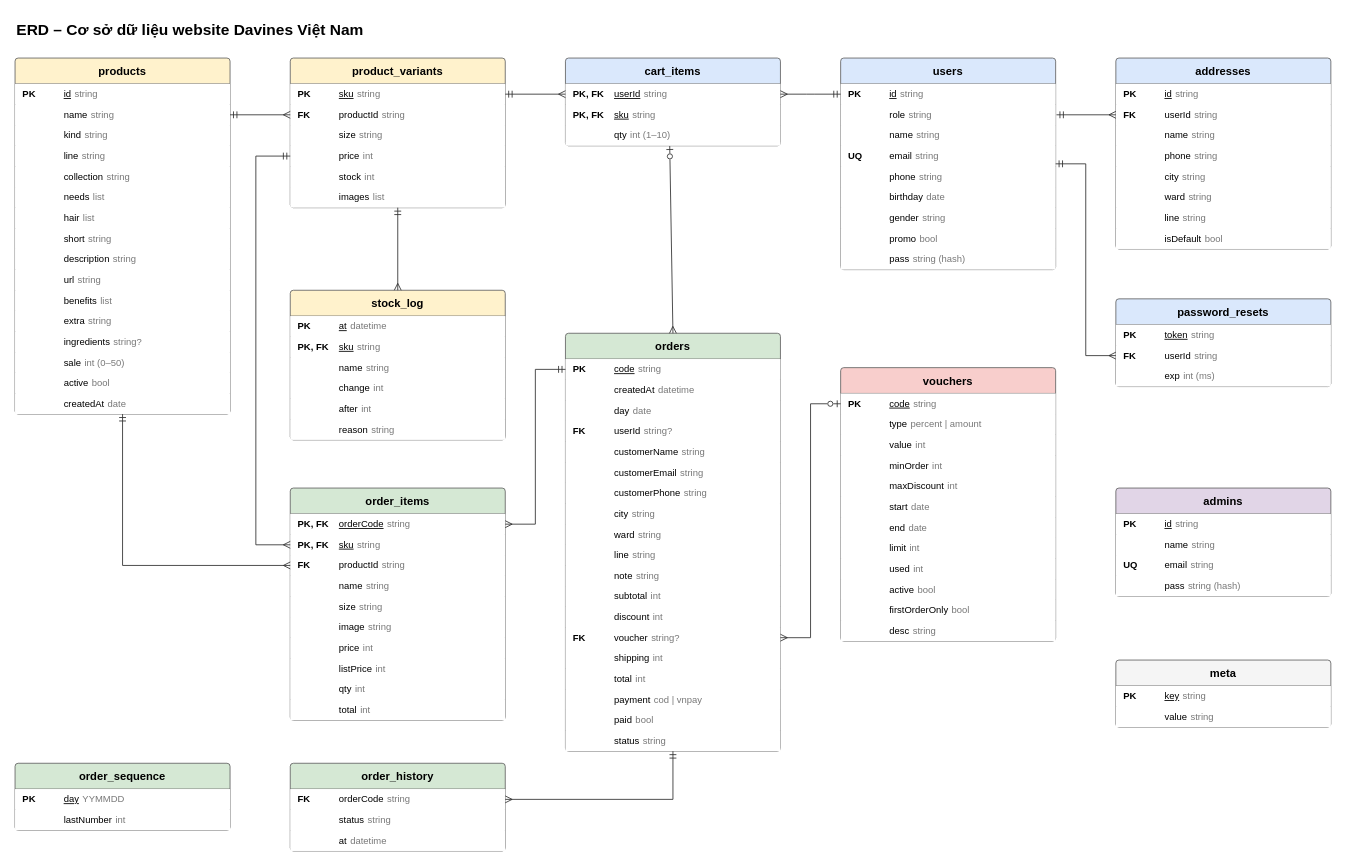
The draw.io diagram tai-lieu/ERD_Davines.drawio in toantvk24416-wq/DoAnWebKD, before the edit. Source tidied: cells renumbered, new cells numbered last; positions are measured from the earlier drawing's top-left corner, leaving out a move shared by most shapes. Both pictures are drawn from the tidied source at 86%, with x=0, y=0 at pixel (15, 15).
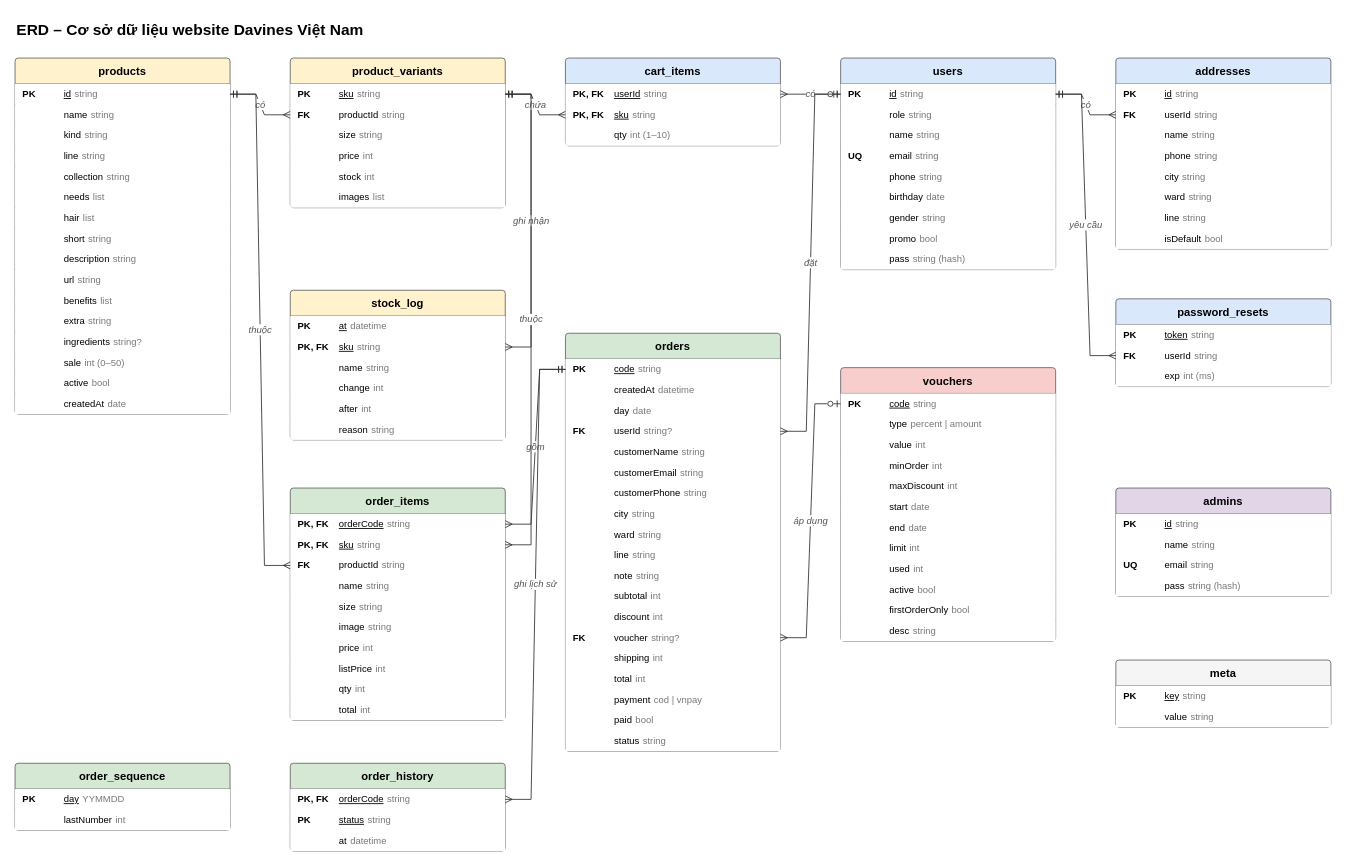
The same diagram, later.

Commit message:
Sửa ERD: nối lại đúng 12 quan hệ, thêm tên quan hệ và khóa chính order_history

The change refers to these unchanged cells:
```xml
<mxCell id="3" value="products" style="swimlane;fontStyle=1;horizontal=1;startSize=30;fillColor=#fff2cc;strokeColor=#666666;fontSize=13;rounded=1;arcSize=4;" parent="1" vertex="1">
  <mxGeometry y="50" width="250" height="414" as="geometry" />
</mxCell>
<mxCell id="4" value="&lt;table width=&quot;100%&quot; style=&quot;font-size:11px&quot;&gt;&lt;tr&gt;&lt;td width=&quot;44&quot;&gt;&lt;b&gt;PK&lt;/b&gt;&lt;/td&gt;&lt;td&gt;&lt;u&gt;id&lt;/u&gt;&lt;/td&gt;&lt;td align=&quot;right&quot; style=&quot;color:#777&quot;&gt;string&lt;/td&gt;&lt;/tr&gt;&lt;/table&gt;" style="text;html=1;strokeColor=none;fillColor=#ffffff;align=left;verticalAlign=middle;spacingLeft=4;spacingRight=6;overflow=hidden;points=[[0,0.5],[1,0.5]];portConstraint=eastwest;" parent="3" vertex="1">
  <mxGeometry y="30" width="250" height="24" as="geometry" />
</mxCell>
<mxCell id="5" value="&lt;table width=&quot;100%&quot; style=&quot;font-size:11px&quot;&gt;&lt;tr&gt;&lt;td width=&quot;44&quot;&gt;&lt;/td&gt;&lt;td&gt;name&lt;/td&gt;&lt;td align=&quot;right&quot; style=&quot;color:#777&quot;&gt;string&lt;/td&gt;&lt;/tr&gt;&lt;/table&gt;" style="text;html=1;strokeColor=none;fillColor=#ffffff;align=left;verticalAlign=middle;spacingLeft=4;spacingRight=6;overflow=hidden;points=[[0,0.5],[1,0.5]];portConstraint=eastwest;" parent="3" vertex="1">
  <mxGeometry y="54" width="250" height="24" as="geometry" />
</mxCell>
<mxCell id="20" value="product_variants" style="swimlane;fontStyle=1;horizontal=1;startSize=30;fillColor=#fff2cc;strokeColor=#666666;fontSize=13;rounded=1;arcSize=4;" parent="1" vertex="1">
  <mxGeometry x="320" y="50" width="250" height="174" as="geometry" />
</mxCell>
<mxCell id="21" value="&lt;table width=&quot;100%&quot; style=&quot;font-size:11px&quot;&gt;&lt;tr&gt;&lt;td width=&quot;44&quot;&gt;&lt;b&gt;PK&lt;/b&gt;&lt;/td&gt;&lt;td&gt;&lt;u&gt;sku&lt;/u&gt;&lt;/td&gt;&lt;td align=&quot;right&quot; style=&quot;color:#777&quot;&gt;string&lt;/td&gt;&lt;/tr&gt;&lt;/table&gt;" style="text;html=1;strokeColor=none;fillColor=#ffffff;align=left;verticalAlign=middle;spacingLeft=4;spacingRight=6;overflow=hidden;points=[[0,0.5],[1,0.5]];portConstraint=eastwest;" parent="20" vertex="1">
  <mxGeometry y="30" width="250" height="24" as="geometry" />
</mxCell>
<mxCell id="22" value="&lt;table width=&quot;100%&quot; style=&quot;font-size:11px&quot;&gt;&lt;tr&gt;&lt;td width=&quot;44&quot;&gt;&lt;b&gt;FK&lt;/b&gt;&lt;/td&gt;&lt;td&gt;productId&lt;/td&gt;&lt;td align=&quot;right&quot; style=&quot;color:#777&quot;&gt;string&lt;/td&gt;&lt;/tr&gt;&lt;/table&gt;" style="text;html=1;strokeColor=none;fillColor=#ffffff;align=left;verticalAlign=middle;spacingLeft=4;spacingRight=6;overflow=hidden;points=[[0,0.5],[1,0.5]];portConstraint=eastwest;" parent="20" vertex="1">
  <mxGeometry y="54" width="250" height="24" as="geometry" />
</mxCell>
<mxCell id="24" value="&lt;table width=&quot;100%&quot; style=&quot;font-size:11px&quot;&gt;&lt;tr&gt;&lt;td width=&quot;44&quot;&gt;&lt;/td&gt;&lt;td&gt;price&lt;/td&gt;&lt;td align=&quot;right&quot; style=&quot;color:#777&quot;&gt;int&lt;/td&gt;&lt;/tr&gt;&lt;/table&gt;" style="text;html=1;strokeColor=none;fillColor=#ffffff;align=left;verticalAlign=middle;spacingLeft=4;spacingRight=6;overflow=hidden;points=[[0,0.5],[1,0.5]];portConstraint=eastwest;" parent="20" vertex="1">
  <mxGeometry y="102" width="250" height="24" as="geometry" />
</mxCell>
<mxCell id="27" value="stock_log" style="swimlane;fontStyle=1;horizontal=1;startSize=30;fillColor=#fff2cc;strokeColor=#666666;fontSize=13;rounded=1;arcSize=4;" parent="1" vertex="1">
  <mxGeometry x="320" y="320" width="250" height="174" as="geometry" />
</mxCell>
<mxCell id="29" value="&lt;table width=&quot;100%&quot; style=&quot;font-size:11px&quot;&gt;&lt;tr&gt;&lt;td width=&quot;44&quot;&gt;&lt;b&gt;PK, FK&lt;/b&gt;&lt;/td&gt;&lt;td&gt;&lt;u&gt;sku&lt;/u&gt;&lt;/td&gt;&lt;td align=&quot;right&quot; style=&quot;color:#777&quot;&gt;string&lt;/td&gt;&lt;/tr&gt;&lt;/table&gt;" style="text;html=1;strokeColor=none;fillColor=#ffffff;align=left;verticalAlign=middle;spacingLeft=4;spacingRight=6;overflow=hidden;points=[[0,0.5],[1,0.5]];portConstraint=eastwest;" parent="27" vertex="1">
  <mxGeometry y="54" width="250" height="24" as="geometry" />
</mxCell>
<mxCell id="35" value="&lt;table width=&quot;100%&quot; style=&quot;font-size:11px&quot;&gt;&lt;tr&gt;&lt;td width=&quot;44&quot;&gt;&lt;b&gt;PK, FK&lt;/b&gt;&lt;/td&gt;&lt;td&gt;&lt;u&gt;userId&lt;/u&gt;&lt;/td&gt;&lt;td align=&quot;right&quot; style=&quot;color:#777&quot;&gt;string&lt;/td&gt;&lt;/tr&gt;&lt;/table&gt;" style="text;html=1;strokeColor=none;fillColor=#ffffff;align=left;verticalAlign=middle;spacingLeft=4;spacingRight=6;overflow=hidden;points=[[0,0.5],[1,0.5]];portConstraint=eastwest;" parent="34" vertex="1">
  <mxGeometry y="30" width="250" height="24" as="geometry" />
</mxCell>
<mxCell id="36" value="&lt;table width=&quot;100%&quot; style=&quot;font-size:11px&quot;&gt;&lt;tr&gt;&lt;td width=&quot;44&quot;&gt;&lt;b&gt;PK, FK&lt;/b&gt;&lt;/td&gt;&lt;td&gt;&lt;u&gt;sku&lt;/u&gt;&lt;/td&gt;&lt;td align=&quot;right&quot; style=&quot;color:#777&quot;&gt;string&lt;/td&gt;&lt;/tr&gt;&lt;/table&gt;" style="text;html=1;strokeColor=none;fillColor=#ffffff;align=left;verticalAlign=middle;spacingLeft=4;spacingRight=6;overflow=hidden;points=[[0,0.5],[1,0.5]];portConstraint=eastwest;" parent="34" vertex="1">
  <mxGeometry y="54" width="250" height="24" as="geometry" />
</mxCell>
<mxCell id="37" value="&lt;table width=&quot;100%&quot; style=&quot;font-size:11px&quot;&gt;&lt;tr&gt;&lt;td width=&quot;44&quot;&gt;&lt;/td&gt;&lt;td&gt;qty&lt;/td&gt;&lt;td align=&quot;right&quot; style=&quot;color:#777&quot;&gt;int (1–10)&lt;/td&gt;&lt;/tr&gt;&lt;/table&gt;" style="text;html=1;strokeColor=none;fillColor=#ffffff;align=left;verticalAlign=middle;spacingLeft=4;spacingRight=6;overflow=hidden;points=[[0,0.5],[1,0.5]];portConstraint=eastwest;" parent="34" vertex="1">
  <mxGeometry y="78" width="250" height="24" as="geometry" />
</mxCell>
<mxCell id="38" value="users" style="swimlane;fontStyle=1;horizontal=1;startSize=30;fillColor=#dae8fc;strokeColor=#666666;fontSize=13;rounded=1;arcSize=4;" parent="1" vertex="1">
  <mxGeometry x="960" y="50" width="250" height="246" as="geometry" />
</mxCell>
<mxCell id="39" value="&lt;table width=&quot;100%&quot; style=&quot;font-size:11px&quot;&gt;&lt;tr&gt;&lt;td width=&quot;44&quot;&gt;&lt;b&gt;PK&lt;/b&gt;&lt;/td&gt;&lt;td&gt;&lt;u&gt;id&lt;/u&gt;&lt;/td&gt;&lt;td align=&quot;right&quot; style=&quot;color:#777&quot;&gt;string&lt;/td&gt;&lt;/tr&gt;&lt;/table&gt;" style="text;html=1;strokeColor=none;fillColor=#ffffff;align=left;verticalAlign=middle;spacingLeft=4;spacingRight=6;overflow=hidden;points=[[0,0.5],[1,0.5]];portConstraint=eastwest;" parent="38" vertex="1">
  <mxGeometry y="30" width="250" height="24" as="geometry" />
</mxCell>
<mxCell id="50" value="&lt;table width=&quot;100%&quot; style=&quot;font-size:11px&quot;&gt;&lt;tr&gt;&lt;td width=&quot;44&quot;&gt;&lt;b&gt;FK&lt;/b&gt;&lt;/td&gt;&lt;td&gt;userId&lt;/td&gt;&lt;td align=&quot;right&quot; style=&quot;color:#777&quot;&gt;string&lt;/td&gt;&lt;/tr&gt;&lt;/table&gt;" style="text;html=1;strokeColor=none;fillColor=#ffffff;align=left;verticalAlign=middle;spacingLeft=4;spacingRight=6;overflow=hidden;points=[[0,0.5],[1,0.5]];portConstraint=eastwest;" parent="48" vertex="1">
  <mxGeometry y="54" width="250" height="24" as="geometry" />
</mxCell>
<mxCell id="59" value="&lt;table width=&quot;100%&quot; style=&quot;font-size:11px&quot;&gt;&lt;tr&gt;&lt;td width=&quot;44&quot;&gt;&lt;b&gt;FK&lt;/b&gt;&lt;/td&gt;&lt;td&gt;userId&lt;/td&gt;&lt;td align=&quot;right&quot; style=&quot;color:#777&quot;&gt;string&lt;/td&gt;&lt;/tr&gt;&lt;/table&gt;" style="text;html=1;strokeColor=none;fillColor=#ffffff;align=left;verticalAlign=middle;spacingLeft=4;spacingRight=6;overflow=hidden;points=[[0,0.5],[1,0.5]];portConstraint=eastwest;" parent="57" vertex="1">
  <mxGeometry y="54" width="250" height="24" as="geometry" />
</mxCell>
<mxCell id="62" value="&lt;table width=&quot;100%&quot; style=&quot;font-size:11px&quot;&gt;&lt;tr&gt;&lt;td width=&quot;44&quot;&gt;&lt;b&gt;PK, FK&lt;/b&gt;&lt;/td&gt;&lt;td&gt;&lt;u&gt;orderCode&lt;/u&gt;&lt;/td&gt;&lt;td align=&quot;right&quot; style=&quot;color:#777&quot;&gt;string&lt;/td&gt;&lt;/tr&gt;&lt;/table&gt;" style="text;html=1;strokeColor=none;fillColor=#ffffff;align=left;verticalAlign=middle;spacingLeft=4;spacingRight=6;overflow=hidden;points=[[0,0.5],[1,0.5]];portConstraint=eastwest;" parent="61" vertex="1">
  <mxGeometry y="30" width="250" height="24" as="geometry" />
</mxCell>
<mxCell id="63" value="&lt;table width=&quot;100%&quot; style=&quot;font-size:11px&quot;&gt;&lt;tr&gt;&lt;td width=&quot;44&quot;&gt;&lt;b&gt;PK, FK&lt;/b&gt;&lt;/td&gt;&lt;td&gt;&lt;u&gt;sku&lt;/u&gt;&lt;/td&gt;&lt;td align=&quot;right&quot; style=&quot;color:#777&quot;&gt;string&lt;/td&gt;&lt;/tr&gt;&lt;/table&gt;" style="text;html=1;strokeColor=none;fillColor=#ffffff;align=left;verticalAlign=middle;spacingLeft=4;spacingRight=6;overflow=hidden;points=[[0,0.5],[1,0.5]];portConstraint=eastwest;" parent="61" vertex="1">
  <mxGeometry y="54" width="250" height="24" as="geometry" />
</mxCell>
<mxCell id="64" value="&lt;table width=&quot;100%&quot; style=&quot;font-size:11px&quot;&gt;&lt;tr&gt;&lt;td width=&quot;44&quot;&gt;&lt;b&gt;FK&lt;/b&gt;&lt;/td&gt;&lt;td&gt;productId&lt;/td&gt;&lt;td align=&quot;right&quot; style=&quot;color:#777&quot;&gt;string&lt;/td&gt;&lt;/tr&gt;&lt;/table&gt;" style="text;html=1;strokeColor=none;fillColor=#ffffff;align=left;verticalAlign=middle;spacingLeft=4;spacingRight=6;overflow=hidden;points=[[0,0.5],[1,0.5]];portConstraint=eastwest;" parent="61" vertex="1">
  <mxGeometry y="78" width="250" height="24" as="geometry" />
</mxCell>
<mxCell id="72" value="orders" style="swimlane;fontStyle=1;horizontal=1;startSize=30;fillColor=#d5e8d4;strokeColor=#666666;fontSize=13;rounded=1;arcSize=4;" parent="1" vertex="1">
  <mxGeometry x="640" y="370" width="250" height="486" as="geometry" />
</mxCell>
<mxCell id="73" value="&lt;table width=&quot;100%&quot; style=&quot;font-size:11px&quot;&gt;&lt;tr&gt;&lt;td width=&quot;44&quot;&gt;&lt;b&gt;PK&lt;/b&gt;&lt;/td&gt;&lt;td&gt;&lt;u&gt;code&lt;/u&gt;&lt;/td&gt;&lt;td align=&quot;right&quot; style=&quot;color:#777&quot;&gt;string&lt;/td&gt;&lt;/tr&gt;&lt;/table&gt;" style="text;html=1;strokeColor=none;fillColor=#ffffff;align=left;verticalAlign=middle;spacingLeft=4;spacingRight=6;overflow=hidden;points=[[0,0.5],[1,0.5]];portConstraint=eastwest;" parent="72" vertex="1">
  <mxGeometry y="30" width="250" height="24" as="geometry" />
</mxCell>
<mxCell id="76" value="&lt;table width=&quot;100%&quot; style=&quot;font-size:11px&quot;&gt;&lt;tr&gt;&lt;td width=&quot;44&quot;&gt;&lt;b&gt;FK&lt;/b&gt;&lt;/td&gt;&lt;td&gt;userId&lt;/td&gt;&lt;td align=&quot;right&quot; style=&quot;color:#777&quot;&gt;string?&lt;/td&gt;&lt;/tr&gt;&lt;/table&gt;" style="text;html=1;strokeColor=none;fillColor=#ffffff;align=left;verticalAlign=middle;spacingLeft=4;spacingRight=6;overflow=hidden;points=[[0,0.5],[1,0.5]];portConstraint=eastwest;" parent="72" vertex="1">
  <mxGeometry y="102" width="250" height="24" as="geometry" />
</mxCell>
<mxCell id="86" value="&lt;table width=&quot;100%&quot; style=&quot;font-size:11px&quot;&gt;&lt;tr&gt;&lt;td width=&quot;44&quot;&gt;&lt;b&gt;FK&lt;/b&gt;&lt;/td&gt;&lt;td&gt;voucher&lt;/td&gt;&lt;td align=&quot;right&quot; style=&quot;color:#777&quot;&gt;string?&lt;/td&gt;&lt;/tr&gt;&lt;/table&gt;" style="text;html=1;strokeColor=none;fillColor=#ffffff;align=left;verticalAlign=middle;spacingLeft=4;spacingRight=6;overflow=hidden;points=[[0,0.5],[1,0.5]];portConstraint=eastwest;" parent="72" vertex="1">
  <mxGeometry y="342" width="250" height="24" as="geometry" />
</mxCell>
<mxCell id="92" value="order_history" style="swimlane;fontStyle=1;horizontal=1;startSize=30;fillColor=#d5e8d4;strokeColor=#666666;fontSize=13;rounded=1;arcSize=4;" parent="1" vertex="1">
  <mxGeometry x="320" y="870" width="250" height="102" as="geometry" />
</mxCell>
<mxCell id="100" value="&lt;table width=&quot;100%&quot; style=&quot;font-size:11px&quot;&gt;&lt;tr&gt;&lt;td width=&quot;44&quot;&gt;&lt;b&gt;PK&lt;/b&gt;&lt;/td&gt;&lt;td&gt;&lt;u&gt;code&lt;/u&gt;&lt;/td&gt;&lt;td align=&quot;right&quot; style=&quot;color:#777&quot;&gt;string&lt;/td&gt;&lt;/tr&gt;&lt;/table&gt;" style="text;html=1;strokeColor=none;fillColor=#ffffff;align=left;verticalAlign=middle;spacingLeft=4;spacingRight=6;overflow=hidden;points=[[0,0.5],[1,0.5]];portConstraint=eastwest;" parent="99" vertex="1">
  <mxGeometry y="30" width="250" height="24" as="geometry" />
</mxCell>
```

Diff of the diagram source:
```diff
@@
-    <mxCell id="93" value="&lt;table width=&quot;100%&quot; style=&quot;font-size:11px&quot;&gt;&lt;tr&gt;&lt;td width=&quot;44&quot;&gt;&lt;b&gt;FK&lt;/b&gt;&lt;/td&gt;&lt;td&gt;orderCode&lt;/td&gt;&lt;td align=&quot;right&quot; style=&quot;color:#777&quot;&gt;string&lt;/td&gt;&lt;/tr&gt;&lt;/table&gt;" style="text;html=1;strokeColor=none;fillColor=#ffffff;align=left;verticalAlign=middle;spacingLeft=4;spacingRight=6;overflow=hidden;points=[[0,0.5],[1,0.5]];portConstraint=eastwest;" parent="92" vertex="1">
+    <mxCell id="93" value="&lt;table width=&quot;100%&quot; style=&quot;font-size:11px&quot;&gt;&lt;tr&gt;&lt;td width=&quot;44&quot;&gt;&lt;b&gt;PK, FK&lt;/b&gt;&lt;/td&gt;&lt;td&gt;&lt;u&gt;orderCode&lt;/u&gt;&lt;/td&gt;&lt;td align=&quot;right&quot; style=&quot;color:#777&quot;&gt;string&lt;/td&gt;&lt;/tr&gt;&lt;/table&gt;" style="text;html=1;strokeColor=none;fillColor=#ffffff;align=left;verticalAlign=middle;spacingLeft=4;spacingRight=6;overflow=hidden;points=[[0,0.5],[1,0.5]];portConstraint=eastwest;" parent="92" vertex="1">
       <mxGeometry y="30" width="250" height="24" as="geometry" />
     </mxCell>
-    <mxCell id="94" value="&lt;table width=&quot;100%&quot; style=&quot;font-size:11px&quot;&gt;&lt;tr&gt;&lt;td width=&quot;44&quot;&gt;&lt;/td&gt;&lt;td&gt;status&lt;/td&gt;&lt;td align=&quot;right&quot; style=&quot;color:#777&quot;&gt;string&lt;/td&gt;&lt;/tr&gt;&lt;/table&gt;" style="text;html=1;strokeColor=none;fillColor=#ffffff;align=left;verticalAlign=middle;spacingLeft=4;spacingRight=6;overflow=hidden;" parent="92" vertex="1">
+    <mxCell id="94" value="&lt;table width=&quot;100%&quot; style=&quot;font-size:11px&quot;&gt;&lt;tr&gt;&lt;td width=&quot;44&quot;&gt;&lt;b&gt;PK&lt;/b&gt;&lt;/td&gt;&lt;td&gt;&lt;u&gt;status&lt;/u&gt;&lt;/td&gt;&lt;td align=&quot;right&quot; style=&quot;color:#777&quot;&gt;string&lt;/td&gt;&lt;/tr&gt;&lt;/table&gt;" style="text;html=1;strokeColor=none;fillColor=#ffffff;align=left;verticalAlign=middle;spacingLeft=4;spacingRight=6;overflow=hidden;" parent="92" vertex="1">
       <mxGeometry y="54" width="250" height="24" as="geometry" />
     </mxCell>
@@
-    <mxCell id="120" style="fontSize=11;html=1;endArrow=ERmandOne;startArrow=ERmany;endFill=0;startFill=0;strokeColor=#333333;rounded=0;entryX=1;entryY=0.5;entryDx=0;entryDy=0;" parent="1" edge="1" source="22" target="5">
+    <mxCell id="120" value="có" style="edgeStyle=entityRelationEdgeStyle;fontSize=11;html=1;endArrow=ERmandOne;startArrow=ERmany;endFill=0;startFill=0;strokeColor=#333333;rounded=0;labelBackgroundColor=#ffffff;fontStyle=2;fontColor=#555555;" parent="1" edge="1" source="22" target="4">
       <mxGeometry relative="1" as="geometry" />
     </mxCell>
-    <mxCell id="121" style="edgeStyle=orthogonalEdgeStyle;fontSize=11;html=1;endArrow=ERmandOne;startArrow=ERmany;endFill=0;startFill=0;strokeColor=#333333;rounded=0;entryX=0.5;entryY=1;entryDx=0;entryDy=0;exitX=0.5;exitY=0;exitDx=0;exitDy=0;" parent="1" edge="1" source="27" target="20">
+    <mxCell id="121" value="ghi nhận" style="edgeStyle=entityRelationEdgeStyle;fontSize=11;html=1;endArrow=ERmandOne;startArrow=ERmany;endFill=0;startFill=0;strokeColor=#333333;rounded=0;labelBackgroundColor=#ffffff;fontStyle=2;fontColor=#555555;" parent="1" edge="1" source="29" target="21">
       <mxGeometry relative="1" as="geometry" />
     </mxCell>
-    <mxCell id="122" style="fontSize=11;html=1;endArrow=ERmandOne;startArrow=ERmany;endFill=0;startFill=0;strokeColor=#333333;rounded=0;exitX=0;exitY=0.5;exitDx=0;exitDy=0;" parent="1" edge="1" source="35" target="21">
+    <mxCell id="122" value="chứa" style="edgeStyle=entityRelationEdgeStyle;fontSize=11;html=1;endArrow=ERmandOne;startArrow=ERmany;endFill=0;startFill=0;strokeColor=#333333;rounded=0;labelBackgroundColor=#ffffff;fontStyle=2;fontColor=#555555;" parent="1" edge="1" source="36" target="21">
       <mxGeometry relative="1" as="geometry" />
     </mxCell>
-    <mxCell id="123" style="edgeStyle=entityRelationEdgeStyle;fontSize=11;html=1;endArrow=ERmandOne;startArrow=ERmany;endFill=0;startFill=0;strokeColor=#333333;rounded=0;" parent="1" edge="1" source="35" target="39">
+    <mxCell id="123" value="có" style="edgeStyle=entityRelationEdgeStyle;fontSize=11;html=1;endArrow=ERmandOne;startArrow=ERmany;endFill=0;startFill=0;strokeColor=#333333;rounded=0;labelBackgroundColor=#ffffff;fontStyle=2;fontColor=#555555;" parent="1" edge="1" source="35" target="39">
       <mxGeometry relative="1" as="geometry" />
     </mxCell>
-    <mxCell id="124" style="fontSize=11;html=1;endArrow=ERmandOne;startArrow=ERmany;endFill=0;startFill=0;strokeColor=#333333;rounded=0;" parent="1" edge="1" source="50">
-      <mxGeometry relative="1" as="geometry">
-        <mxPoint x="1211" y="116" as="targetPoint" />
-      </mxGeometry>
+    <mxCell id="124" value="có" style="edgeStyle=entityRelationEdgeStyle;fontSize=11;html=1;endArrow=ERmandOne;startArrow=ERmany;endFill=0;startFill=0;strokeColor=#333333;rounded=0;labelBackgroundColor=#ffffff;fontStyle=2;fontColor=#555555;" parent="1" edge="1" source="50" target="39">
+      <mxGeometry relative="1" as="geometry" />
     </mxCell>
-    <mxCell id="125" style="edgeStyle=orthogonalEdgeStyle;fontSize=11;html=1;endArrow=ERmandOne;startArrow=ERmany;endFill=0;startFill=0;strokeColor=#333333;rounded=0;entryX=1;entryY=0.5;entryDx=0;entryDy=0;" parent="1" edge="1" source="59" target="38">
+    <mxCell id="125" value="yêu cầu" style="edgeStyle=entityRelationEdgeStyle;fontSize=11;html=1;endArrow=ERmandOne;startArrow=ERmany;endFill=0;startFill=0;strokeColor=#333333;rounded=0;labelBackgroundColor=#ffffff;fontStyle=2;fontColor=#555555;" parent="1" edge="1" source="59" target="39">
       <mxGeometry relative="1" as="geometry" />
     </mxCell>
-    <mxCell id="126" style="edgeStyle=orthogonalEdgeStyle;fontSize=11;html=1;endArrow=ERmandOne;startArrow=ERmany;endFill=0;startFill=0;strokeColor=#333333;rounded=0;" parent="1" edge="1" source="62" target="73">
+    <mxCell id="126" value="gồm" style="edgeStyle=entityRelationEdgeStyle;fontSize=11;html=1;endArrow=ERmandOne;startArrow=ERmany;endFill=0;startFill=0;strokeColor=#333333;rounded=0;labelBackgroundColor=#ffffff;fontStyle=2;fontColor=#555555;" parent="1" edge="1" source="62" target="73">
       <mxGeometry relative="1" as="geometry" />
     </mxCell>
-    <mxCell id="127" style="edgeStyle=orthogonalEdgeStyle;fontSize=11;html=1;endArrow=ERmandOne;startArrow=ERmany;endFill=0;startFill=0;strokeColor=#333333;rounded=0;entryX=0;entryY=0.5;entryDx=0;entryDy=0;" parent="1" edge="1" source="63" target="24">
-      <mxGeometry relative="1" as="geometry">
-        <Array as="points">
-          <mxPoint x="280" y="616" />
-          <mxPoint x="280" y="164" />
-        </Array>
-      </mxGeometry>
+    <mxCell id="127" value="thuộc" style="edgeStyle=entityRelationEdgeStyle;fontSize=11;html=1;endArrow=ERmandOne;startArrow=ERmany;endFill=0;startFill=0;strokeColor=#333333;rounded=0;labelBackgroundColor=#ffffff;fontStyle=2;fontColor=#555555;" parent="1" edge="1" source="63" target="21">
+      <mxGeometry relative="1" as="geometry" />
     </mxCell>
-    <mxCell id="128" style="edgeStyle=orthogonalEdgeStyle;fontSize=11;html=1;endArrow=ERmandOne;startArrow=ERmany;endFill=0;startFill=0;strokeColor=#333333;rounded=0;entryX=0.5;entryY=1;entryDx=0;entryDy=0;" parent="1" edge="1" source="64" target="3">
+    <mxCell id="128" value="thuộc" style="edgeStyle=entityRelationEdgeStyle;fontSize=11;html=1;endArrow=ERmandOne;startArrow=ERmany;endFill=0;startFill=0;strokeColor=#333333;rounded=0;labelBackgroundColor=#ffffff;fontStyle=2;fontColor=#555555;" parent="1" edge="1" source="64" target="4">
       <mxGeometry relative="1" as="geometry" />
     </mxCell>
-    <mxCell id="129" style="edgeStyle=orthogonalEdgeStyle;fontSize=11;html=1;endArrow=ERmandOne;startArrow=ERmany;endFill=0;startFill=0;strokeColor=#333333;rounded=0;entryX=0.5;entryY=1;entryDx=0;entryDy=0;" parent="1" edge="1" source="93" target="72">
+    <mxCell id="129" value="ghi lịch sử" style="edgeStyle=entityRelationEdgeStyle;fontSize=11;html=1;endArrow=ERmandOne;startArrow=ERmany;endFill=0;startFill=0;strokeColor=#333333;rounded=0;labelBackgroundColor=#ffffff;fontStyle=2;fontColor=#555555;" parent="1" edge="1" source="93" target="73">
       <mxGeometry relative="1" as="geometry" />
     </mxCell>
-    <mxCell id="130" style="fontSize=11;html=1;endArrow=ERzeroToOne;startArrow=ERmany;endFill=0;startFill=0;strokeColor=#333333;rounded=0;exitX=0.5;exitY=0;exitDx=0;exitDy=0;entryX=0.485;entryY=1.014;entryDx=0;entryDy=0;entryPerimeter=0;" parent="1" edge="1" source="72" target="37">
+    <mxCell id="130" value="đặt" style="edgeStyle=entityRelationEdgeStyle;fontSize=11;html=1;endArrow=ERzeroToOne;startArrow=ERmany;endFill=0;startFill=0;strokeColor=#333333;rounded=0;labelBackgroundColor=#ffffff;fontStyle=2;fontColor=#555555;" parent="1" edge="1" source="76" target="39">
       <mxGeometry relative="1" as="geometry" />
     </mxCell>
-    <mxCell id="131" style="edgeStyle=orthogonalEdgeStyle;fontSize=11;html=1;endArrow=ERzeroToOne;startArrow=ERmany;endFill=0;startFill=0;strokeColor=#333333;rounded=0;" parent="1" edge="1" source="86" target="100">
+    <mxCell id="131" value="áp dụng" style="edgeStyle=entityRelationEdgeStyle;fontSize=11;html=1;endArrow=ERzeroToOne;startArrow=ERmany;endFill=0;startFill=0;strokeColor=#333333;rounded=0;labelBackgroundColor=#ffffff;fontStyle=2;fontColor=#555555;" parent="1" edge="1" source="86" target="100">
       <mxGeometry relative="1" as="geometry" />
     </mxCell>
```
